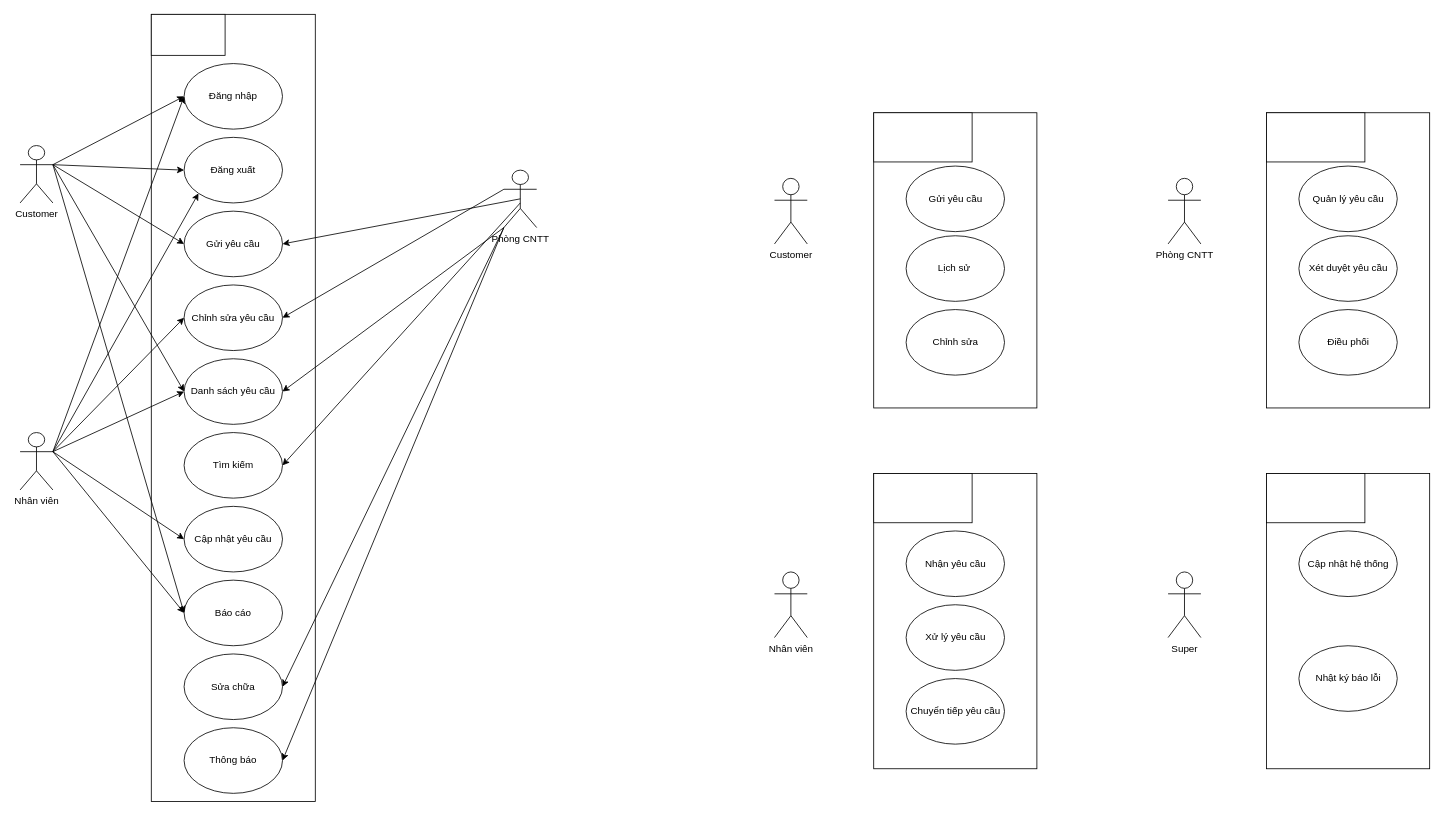
zanedev2304/blogVanLang keeps this draw.io diagram as diagram/usecase.drawio. Above is the earlier version. Source tidied: cells renumbered, new cells numbered last; positions are measured from the earlier drawing's top-left corner, leaving out a move shared by most shapes. Both pictures are drawn from the tidied source at 82%, with x=0, y=0 at pixel (20, 14).
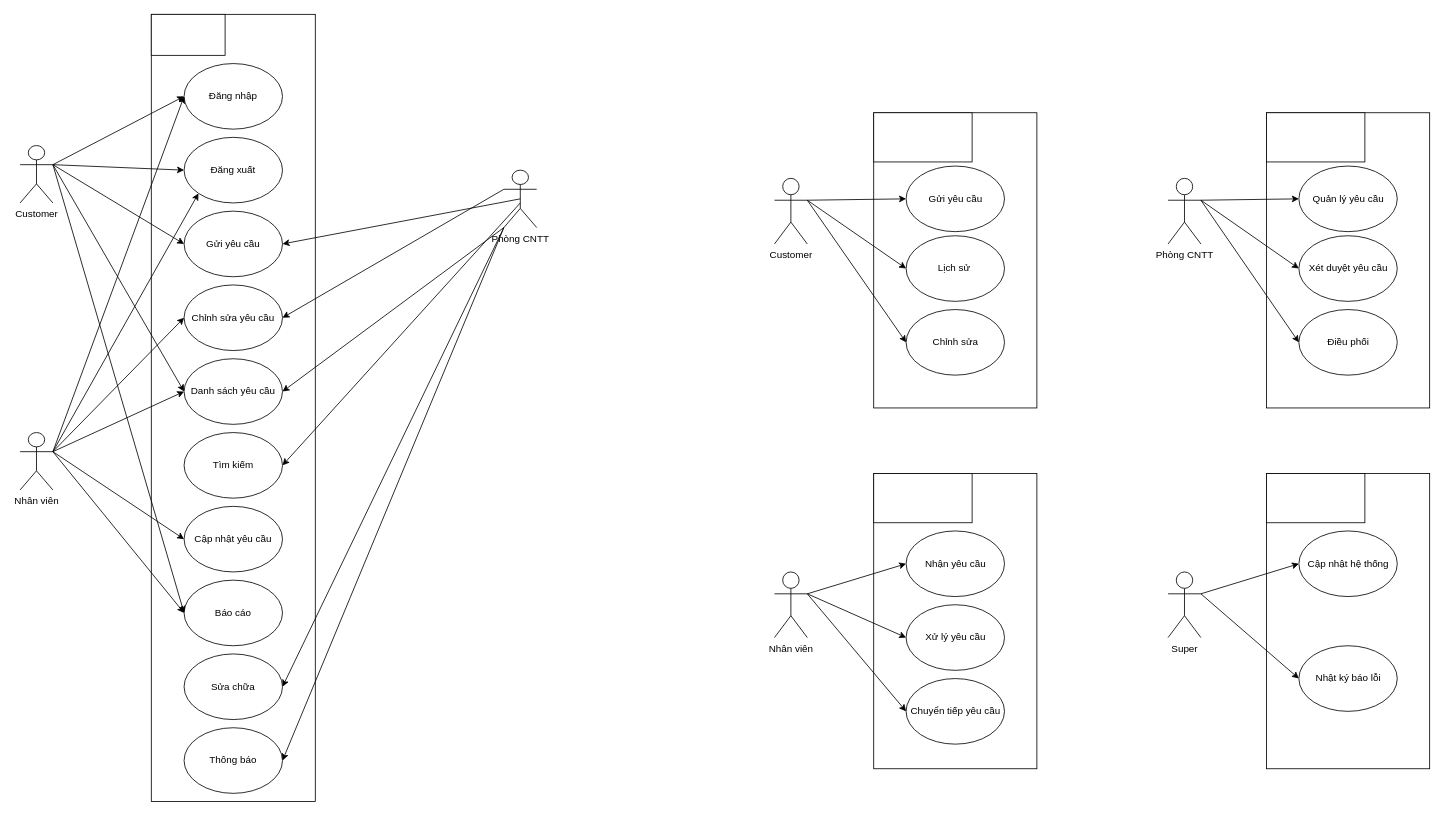
Above is the later version.

The change refers to these unchanged cells:
```xml
<mxCell id="34" value="Customer" style="shape=umlActor;verticalLabelPosition=bottom;verticalAlign=top;html=1;outlineConnect=0;" parent="1" vertex="1">
  <mxGeometry x="920" y="200" width="40" height="80" as="geometry" />
</mxCell>
<mxCell id="37" value="Gửi yêu cầu" style="ellipse;whiteSpace=wrap;html=1;" parent="1" vertex="1">
  <mxGeometry x="1080.5" y="185" width="120" height="80" as="geometry" />
</mxCell>
<mxCell id="38" value="Lịch sử&amp;nbsp;" style="ellipse;whiteSpace=wrap;html=1;" parent="1" vertex="1">
  <mxGeometry x="1080.5" y="270" width="120" height="80" as="geometry" />
</mxCell>
<mxCell id="39" value="Chỉnh sửa" style="ellipse;whiteSpace=wrap;html=1;" parent="1" vertex="1">
  <mxGeometry x="1080.5" y="360" width="120" height="80" as="geometry" />
</mxCell>
<mxCell id="40" value="Nhân viên" style="shape=umlActor;verticalLabelPosition=bottom;verticalAlign=top;html=1;outlineConnect=0;" parent="1" vertex="1">
  <mxGeometry x="920" y="680" width="40" height="80" as="geometry" />
</mxCell>
<mxCell id="43" value="Nhận yêu cầu" style="ellipse;whiteSpace=wrap;html=1;" parent="1" vertex="1">
  <mxGeometry x="1080.5" y="630" width="120" height="80" as="geometry" />
</mxCell>
<mxCell id="44" value="Xử lý yêu cầu" style="ellipse;whiteSpace=wrap;html=1;" parent="1" vertex="1">
  <mxGeometry x="1080.5" y="720" width="120" height="80" as="geometry" />
</mxCell>
<mxCell id="45" value="Chuyển tiếp yêu cầu" style="ellipse;whiteSpace=wrap;html=1;" parent="1" vertex="1">
  <mxGeometry x="1080.5" y="810" width="120" height="80" as="geometry" />
</mxCell>
<mxCell id="47" value="Phòng CNTT" style="shape=umlActor;verticalLabelPosition=bottom;verticalAlign=top;html=1;outlineConnect=0;" parent="1" vertex="1">
  <mxGeometry x="1400" y="200" width="40" height="80" as="geometry" />
</mxCell>
<mxCell id="48" value="Quản lý yêu cầu" style="ellipse;whiteSpace=wrap;html=1;" parent="1" vertex="1">
  <mxGeometry x="1559.5" y="185" width="120" height="80" as="geometry" />
</mxCell>
<mxCell id="50" value="Xét duyệt yêu cầu" style="ellipse;whiteSpace=wrap;html=1;" parent="1" vertex="1">
  <mxGeometry x="1559.5" y="270" width="120" height="80" as="geometry" />
</mxCell>
<mxCell id="51" value="Điều phối" style="ellipse;whiteSpace=wrap;html=1;" parent="1" vertex="1">
  <mxGeometry x="1559.5" y="360" width="120" height="80" as="geometry" />
</mxCell>
<mxCell id="52" value="Super" style="shape=umlActor;verticalLabelPosition=bottom;verticalAlign=top;html=1;outlineConnect=0;" parent="1" vertex="1">
  <mxGeometry x="1400" y="680" width="40" height="80" as="geometry" />
</mxCell>
<mxCell id="54" value="Cập nhật hệ thống" style="ellipse;whiteSpace=wrap;html=1;" parent="1" vertex="1">
  <mxGeometry x="1559.5" y="630" width="120" height="80" as="geometry" />
</mxCell>
<mxCell id="56" value="Nhật ký báo lỗi" style="ellipse;whiteSpace=wrap;html=1;" parent="1" vertex="1">
  <mxGeometry x="1559.5" y="770" width="120" height="80" as="geometry" />
</mxCell>
```

Diff of the diagram source:
```diff
@@
+    <mxCell id="57" style="endArrow=classic;html=1;rounded=0;exitX=1;exitY=0.3333333333333333;exitDx=0;exitDy=0;exitPerimeter=0;entryX=0;entryY=0.5;entryDx=0;entryDy=0;" parent="1" edge="1" source="34" target="37">
+      <mxGeometry relative="1" as="geometry" />
+    </mxCell>
+    <mxCell id="58" style="endArrow=classic;html=1;rounded=0;exitX=1;exitY=0.3333333333333333;exitDx=0;exitDy=0;exitPerimeter=0;entryX=0;entryY=0.5;entryDx=0;entryDy=0;" parent="1" edge="1" source="34" target="38">
+      <mxGeometry relative="1" as="geometry" />
+    </mxCell>
+    <mxCell id="59" style="endArrow=classic;html=1;rounded=0;exitX=1;exitY=0.3333333333333333;exitDx=0;exitDy=0;exitPerimeter=0;entryX=0;entryY=0.5;entryDx=0;entryDy=0;" parent="1" edge="1" source="34" target="39">
+      <mxGeometry relative="1" as="geometry" />
+    </mxCell>
+    <mxCell id="60" style="endArrow=classic;html=1;rounded=0;exitX=1;exitY=0.3333333333333333;exitDx=0;exitDy=0;exitPerimeter=0;entryX=0;entryY=0.5;entryDx=0;entryDy=0;" parent="1" edge="1" source="40" target="43">
+      <mxGeometry relative="1" as="geometry" />
+    </mxCell>
+    <mxCell id="61" style="endArrow=classic;html=1;rounded=0;exitX=1;exitY=0.3333333333333333;exitDx=0;exitDy=0;exitPerimeter=0;entryX=0;entryY=0.5;entryDx=0;entryDy=0;" parent="1" edge="1" source="40" target="44">
+      <mxGeometry relative="1" as="geometry" />
+    </mxCell>
+    <mxCell id="62" style="endArrow=classic;html=1;rounded=0;exitX=1;exitY=0.3333333333333333;exitDx=0;exitDy=0;exitPerimeter=0;entryX=0;entryY=0.5;entryDx=0;entryDy=0;" parent="1" edge="1" source="40" target="45">
+      <mxGeometry relative="1" as="geometry" />
+    </mxCell>
+    <mxCell id="63" style="endArrow=classic;html=1;rounded=0;exitX=1;exitY=0.3333333333333333;exitDx=0;exitDy=0;exitPerimeter=0;entryX=0;entryY=0.5;entryDx=0;entryDy=0;" parent="1" edge="1" source="47" target="48">
+      <mxGeometry relative="1" as="geometry" />
+    </mxCell>
+    <mxCell id="64" style="endArrow=classic;html=1;rounded=0;exitX=1;exitY=0.3333333333333333;exitDx=0;exitDy=0;exitPerimeter=0;entryX=0;entryY=0.5;entryDx=0;entryDy=0;" parent="1" edge="1" source="47" target="50">
+      <mxGeometry relative="1" as="geometry" />
+    </mxCell>
+    <mxCell id="65" style="endArrow=classic;html=1;rounded=0;exitX=1;exitY=0.3333333333333333;exitDx=0;exitDy=0;exitPerimeter=0;entryX=0;entryY=0.5;entryDx=0;entryDy=0;" parent="1" edge="1" source="47" target="51">
+      <mxGeometry relative="1" as="geometry" />
+    </mxCell>
+    <mxCell id="66" style="endArrow=classic;html=1;rounded=0;exitX=1;exitY=0.3333333333333333;exitDx=0;exitDy=0;exitPerimeter=0;entryX=0;entryY=0.5;entryDx=0;entryDy=0;" parent="1" edge="1" source="52" target="56">
+      <mxGeometry relative="1" as="geometry" />
+    </mxCell>
+    <mxCell id="67" style="endArrow=classic;html=1;rounded=0;exitX=1;exitY=0.3333333333333333;exitDx=0;exitDy=0;exitPerimeter=0;entryX=0;entryY=0.5;entryDx=0;entryDy=0;" parent="1" edge="1" source="52" target="54">
+      <mxGeometry relative="1" as="geometry" />
+    </mxCell>
```
